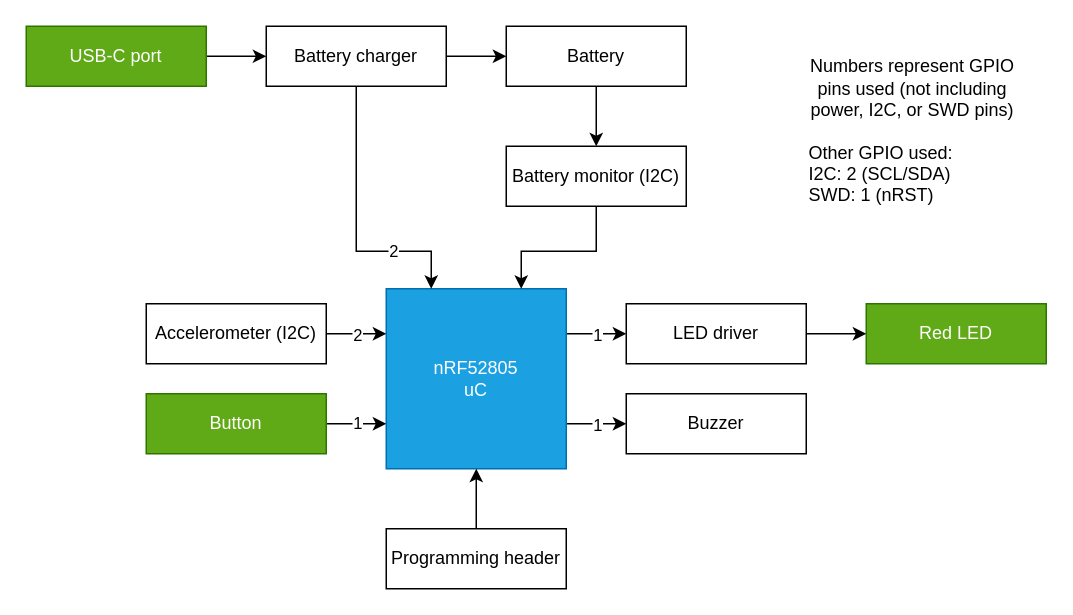
The draw.io diagram docs/DWG_HW-Architecture.drawio in Embedded-Shark-LLC/BT-Bike-Light, before the edit. Source tidied: cells renumbered, new cells numbered last; positions are measured from the earlier drawing's top-left corner, leaving out a move shared by most shapes. Both pictures are drawn from the tidied source at 150%, with x=0, y=0 at pixel (26, 26).
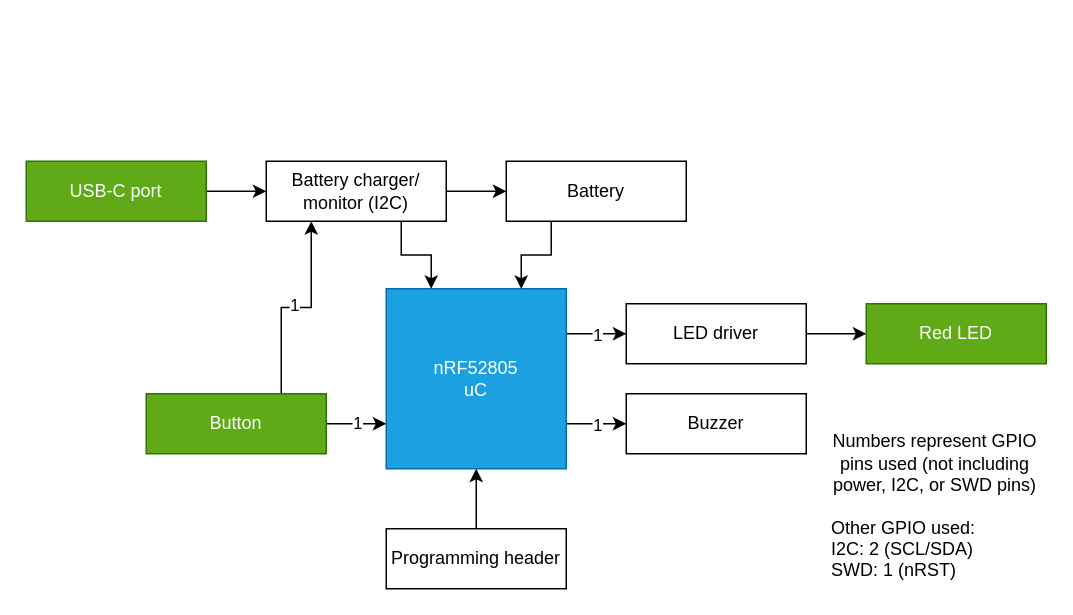
The same page after the edit.

The change refers to these unchanged cells:
```xml
<mxCell id="6" value="nRF52805&lt;div&gt;uC&lt;/div&gt;" style="rounded=0;whiteSpace=wrap;html=1;fillColor=#1ba1e2;fontColor=#ffffff;strokeColor=#006EAF;" parent="1" vertex="1">
  <mxGeometry x="240" y="175" width="120" height="120" as="geometry" />
</mxCell>
<mxCell id="28" value="Button" style="rounded=0;whiteSpace=wrap;html=1;fillColor=#60a917;fontColor=#ffffff;strokeColor=#2D7600;" parent="1" vertex="1">
  <mxGeometry x="80" y="245" width="120" height="40" as="geometry" />
</mxCell>
```

The edit, as a diff of the source:
```diff
@@
-    <mxCell id="8" style="edgeStyle=orthogonalEdgeStyle;rounded=0;jettySize=auto;html=1;entryX=0;entryY=0.25;entryDx=0;entryDy=0;" parent="1" edge="1" source="10" target="6">
-      <mxGeometry relative="1" as="geometry" />
-    </mxCell>
-    <mxCell id="9" value="2" style="edgeLabel;html=1;align=center;verticalAlign=middle;" parent="8" vertex="1">
-      <mxGeometry x="-0.01" relative="1" as="geometry" />
-    </mxCell>
-    <mxCell id="10" value="Accelerometer (I2C)" style="rounded=0;whiteSpace=wrap;html=1;" parent="1" vertex="1">
-      <mxGeometry x="80" y="185" width="120" height="40" as="geometry" />
-    </mxCell>
@@
-    <mxCell id="12" style="edgeStyle=orthogonalEdgeStyle;rounded=0;jettySize=auto;html=1;" parent="1" edge="1" source="13" target="15">
-      <mxGeometry relative="1" as="geometry" />
-    </mxCell>
+    <mxCell id="30" style="edgeStyle=orthogonalEdgeStyle;rounded=0;jettySize=auto;html=1;exitX=0.25;exitY=1;exitDx=0;exitDy=0;entryX=0.75;entryY=0;entryDx=0;entryDy=0;" parent="1" edge="1" source="13" target="6">
+      <mxGeometry relative="1" as="geometry" />
+    </mxCell>
     <mxCell id="13" value="Battery" style="rounded=0;whiteSpace=wrap;html=1;" parent="1" vertex="1">
-      <mxGeometry x="320" width="120" height="40" as="geometry" />
+      <mxGeometry x="320" y="90" width="120" height="40" as="geometry" />
     </mxCell>
-    <mxCell id="14" style="edgeStyle=orthogonalEdgeStyle;rounded=0;jettySize=auto;html=1;entryX=0.75;entryY=0;entryDx=0;entryDy=0;" parent="1" edge="1" source="15" target="6">
-      <mxGeometry relative="1" as="geometry">
-        <Array as="points">
-          <mxPoint x="380" y="150" />
-          <mxPoint x="330" y="150" />
-        </Array>
-      </mxGeometry>
-    </mxCell>
-    <mxCell id="15" value="Battery monitor (I2C)" style="rounded=0;whiteSpace=wrap;html=1;" parent="1" vertex="1">
-      <mxGeometry x="320" y="80" width="120" height="40" as="geometry" />
-    </mxCell>
@@
     <mxCell id="17" value="USB-C port" style="rounded=0;whiteSpace=wrap;html=1;fillColor=#60a917;fontColor=#ffffff;strokeColor=#2D7600;" parent="1" vertex="1">
-      <mxGeometry width="120" height="40" as="geometry" />
+      <mxGeometry y="90" width="120" height="40" as="geometry" />
     </mxCell>
@@
+    <mxCell id="24" style="edgeStyle=orthogonalEdgeStyle;rounded=0;jettySize=auto;html=1;" parent="1" edge="1" source="25" target="13">
+      <mxGeometry relative="1" as="geometry" />
+    </mxCell>
-    <mxCell id="22" style="edgeStyle=orthogonalEdgeStyle;rounded=0;jettySize=auto;html=1;exitX=0.5;exitY=1;exitDx=0;exitDy=0;entryX=0.25;entryY=0;entryDx=0;entryDy=0;" parent="1" edge="1" source="25" target="6">
-      <mxGeometry relative="1" as="geometry">
-        <Array as="points">
-          <mxPoint x="220" y="150" />
-          <mxPoint x="270" y="150" />
-        </Array>
-      </mxGeometry>
+    <mxCell id="22" style="edgeStyle=orthogonalEdgeStyle;rounded=0;jettySize=auto;html=1;exitX=0.75;exitY=1;exitDx=0;exitDy=0;entryX=0.25;entryY=0;entryDx=0;entryDy=0;" parent="1" edge="1" source="25" target="6">
+      <mxGeometry relative="1" as="geometry" />
     </mxCell>
-    <mxCell id="23" value="2" style="edgeLabel;html=1;align=center;verticalAlign=middle;" parent="22" vertex="1">
-      <mxGeometry x="0.45" y="1" relative="1" as="geometry" />
-    </mxCell>
-    <mxCell id="24" style="edgeStyle=orthogonalEdgeStyle;rounded=0;jettySize=auto;html=1;" parent="1" edge="1" source="25" target="13">
-      <mxGeometry relative="1" as="geometry" />
-    </mxCell>
-    <mxCell id="25" value="Battery charger" style="rounded=0;whiteSpace=wrap;html=1;" parent="1" vertex="1">
-      <mxGeometry x="160" width="120" height="40" as="geometry" />
+    <mxCell id="25" value="Battery charger/ monitor (I2C)" style="rounded=0;whiteSpace=wrap;html=1;" parent="1" vertex="1">
+      <mxGeometry x="160" y="90" width="120" height="40" as="geometry" />
     </mxCell>
@@
+    <mxCell id="31" style="edgeStyle=orthogonalEdgeStyle;rounded=0;jettySize=auto;html=1;exitX=0.75;exitY=0;exitDx=0;exitDy=0;entryX=0.25;entryY=1;entryDx=0;entryDy=0;" parent="1" edge="1" source="28" target="25">
+      <mxGeometry relative="1" as="geometry" />
+    </mxCell>
+    <mxCell id="32" value="1" style="edgeLabel;html=1;align=center;verticalAlign=middle;" parent="31" vertex="1">
+      <mxGeometry x="-0.02" y="2" relative="1" as="geometry" />
+    </mxCell>
@@
     <mxCell id="29" value="&lt;div style=&quot;text-align: center;&quot;&gt;&lt;span style=&quot;background-color: initial;&quot;&gt;Numbers represent GPIO pins used (not including power, I2C, or SWD pins)&lt;/span&gt;&lt;/div&gt;&lt;br&gt;Other GPIO used:&lt;br&gt;I2C: 2 (SCL/SDA)&lt;br&gt;&lt;div style=&quot;&quot;&gt;&lt;span style=&quot;background-color: initial;&quot;&gt;SWD: 1 (nRST)&lt;br&gt;&lt;/span&gt;&lt;/div&gt;" style="text;html=1;align=left;verticalAlign=middle;whiteSpace=wrap;rounded=0;" parent="1" vertex="1">
-      <mxGeometry x="520" y="20" width="140" height="100" as="geometry" />
+      <mxGeometry x="535" y="270" width="140" height="100" as="geometry" />
     </mxCell>
```
